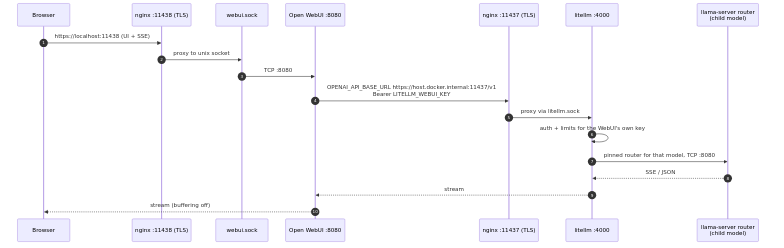
This is docs/diagrams/webui-flow-litellm.png from SpotDraft/llamacpp-serve, a Mermaid export, as it was before one commit. Its source is kept beside it as docs/diagrams/webui-flow-litellm.mmd. The source it was exported from:
```mermaid
sequenceDiagram
    autonumber
    participant B as Browser
    participant N2 as nginx :11438 (TLS)
    participant WS as webui.sock
    participant W as Open WebUI :8080
    participant N1 as nginx :11437 (TLS)
    participant LL as litellm :4000
    participant L as llama-server router<br/>(child model)

    B->>N2: https://localhost:11438 (UI + SSE)
    N2->>WS: proxy to unix socket
    WS->>W: TCP :8080
    W->>N1: OPENAI_API_BASE_URL https://host.docker.internal:11437/v1<br/>Bearer LITELLM_WEBUI_KEY
    N1->>LL: proxy via litellm.sock
    LL->>LL: auth + limits for the WebUI's own key
    LL->>L: pinned router for that model, TCP :8080
    L-->>LL: SSE / JSON
    LL-->>W: stream
    W-->>B: stream (buffering off)
```
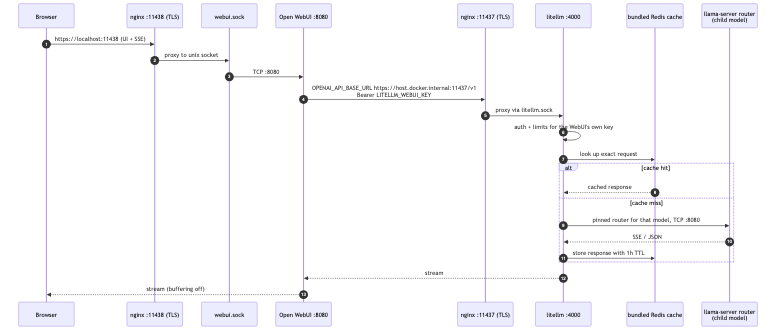
After the commit.

The edit, as a diff of the source:
```diff
@@ -6,6 +6,7 @@
     participant W as Open WebUI :8080
     participant N1 as nginx :11437 (TLS)
     participant LL as litellm :4000
+    participant RC as bundled Redis cache
     participant L as llama-server router<br/>(child model)
 
     B->>N2: https://localhost:11438 (UI + SSE)
@@ -14,7 +15,13 @@
     W->>N1: OPENAI_API_BASE_URL https://host.docker.internal:11437/v1<br/>Bearer LITELLM_WEBUI_KEY
     N1->>LL: proxy via litellm.sock
     LL->>LL: auth + limits for the WebUI's own key
-    LL->>L: pinned router for that model, TCP :8080
-    L-->>LL: SSE / JSON
+    LL->>RC: look up exact request
+    alt cache hit
+        RC-->>LL: cached response
+    else cache miss
+        LL->>L: pinned router for that model, TCP :8080
+        L-->>LL: SSE / JSON
+        LL->>RC: store response with 1h TTL
+    end
     LL-->>W: stream
     W-->>B: stream (buffering off)
```
